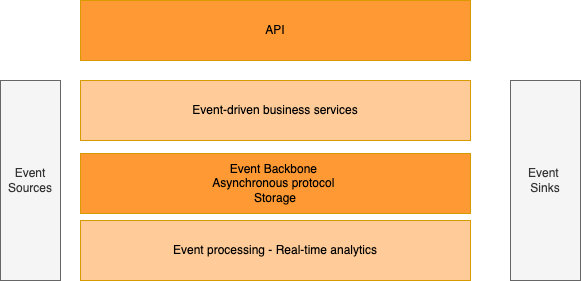
This is docs/diagrams/eda-hl.drawio.png from jbcodeforce/eda-studies, a draw.io export, as it was before one commit. Source tidied: cells renumbered, new cells last; positions are measured from the earlier drawing's top-left corner, leaving out a move shared by most shapes. The source it was exported from:
```xml
<mxGraphModel>
  <root>
    <mxCell id="0" />
    <mxCell id="1" parent="0" />
    <mxCell id="2" value="API" style="rounded=0;whiteSpace=wrap;html=1;fillColor=#FF9933;strokeColor=#d79b00;" parent="1" vertex="1">
      <mxGeometry x="80" width="390" height="60" as="geometry" />
    </mxCell>
    <mxCell id="3" value="Event Backbone&amp;nbsp;&lt;br&gt;Asynchronous protocol&amp;nbsp;&lt;br&gt;Storage" style="rounded=0;whiteSpace=wrap;html=1;fillColor=#FF9933;strokeColor=#d79b00;" parent="1" vertex="1">
      <mxGeometry x="80" y="153" width="390" height="60" as="geometry" />
    </mxCell>
    <mxCell id="4" value="Event-driven business services" style="rounded=0;whiteSpace=wrap;html=1;fillColor=#FFCC99;strokeColor=#d79b00;" parent="1" vertex="1">
      <mxGeometry x="80" y="80" width="390" height="60" as="geometry" />
    </mxCell>
    <mxCell id="5" value="Event Sources" style="rounded=0;whiteSpace=wrap;html=1;fillColor=#f5f5f5;fontColor=#333333;strokeColor=#666666;" parent="1" vertex="1">
      <mxGeometry y="80" width="60" height="200" as="geometry" />
    </mxCell>
    <mxCell id="6" value="Event &lt;br&gt;Sinks" style="rounded=0;whiteSpace=wrap;html=1;fillColor=#f5f5f5;fontColor=#333333;strokeColor=#666666;" parent="1" vertex="1">
      <mxGeometry x="510" y="80" width="70" height="200" as="geometry" />
    </mxCell>
    <mxCell id="7" value="Event processing - Real-time analytics" style="rounded=0;whiteSpace=wrap;html=1;fillColor=#FFCC99;strokeColor=#d79b00;" parent="1" vertex="1">
      <mxGeometry x="80" y="220" width="390" height="60" as="geometry" />
    </mxCell>
  </root>
</mxGraphModel>
```
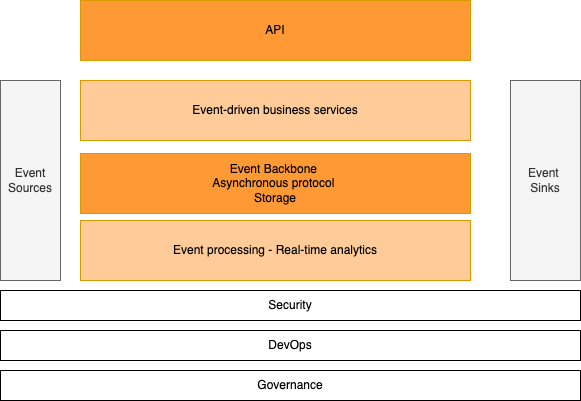
After the commit.

Commit message:
update main eda part and add reactive diagram

Diff of the diagram source:
```diff
@@ -20,5 +20,14 @@
     <mxCell id="7" value="Event processing - Real-time analytics" style="rounded=0;whiteSpace=wrap;html=1;fillColor=#FFCC99;strokeColor=#d79b00;" parent="1" vertex="1">
       <mxGeometry x="80" y="220" width="390" height="60" as="geometry" />
     </mxCell>
+    <mxCell id="8" value="Security" style="rounded=0;whiteSpace=wrap;html=1;" parent="1" vertex="1">
+      <mxGeometry y="290" width="580" height="30" as="geometry" />
+    </mxCell>
+    <mxCell id="9" value="DevOps" style="rounded=0;whiteSpace=wrap;html=1;" parent="1" vertex="1">
+      <mxGeometry y="330" width="580" height="30" as="geometry" />
+    </mxCell>
+    <mxCell id="10" value="Governance" style="rounded=0;whiteSpace=wrap;html=1;" parent="1" vertex="1">
+      <mxGeometry y="370" width="580" height="30" as="geometry" />
+    </mxCell>
   </root>
 </mxGraphModel>
```
